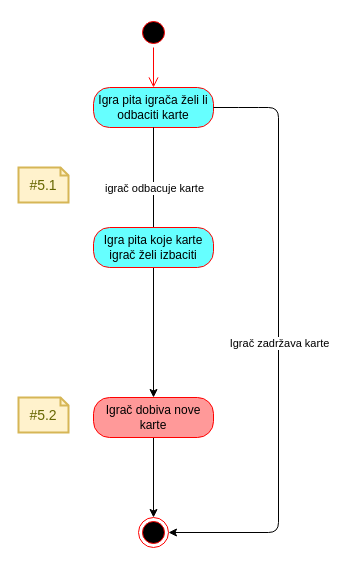
Before: page "aktivnost:odbacivanjeKarata" (7 of 8) of Projekt_Poker_activity.drawio in ewlibi/Poker, a draw.io diagram. Source tidied: cells renumbered, new cells numbered last; positions are measured from the earlier drawing's top-left corner, leaving out a move shared by most shapes. Both pictures are drawn from the tidied source at 100%, with x=0, y=0 at pixel (18, 17).
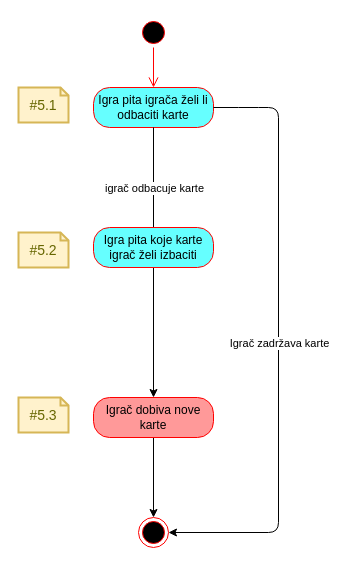
The same diagram, later.

Diff of the diagram source:
```diff
@@
     <mxCell id="14" value="#5.1" style="shape=note;strokeWidth=2;fontSize=14;size=8;whiteSpace=wrap;html=1;fillColor=#fff2cc;strokeColor=#d6b656;fontColor=#666600;" parent="1" vertex="1">
-      <mxGeometry y="150" width="50" height="35" as="geometry" />
+      <mxGeometry y="70" width="50" height="35" as="geometry" />
     </mxCell>
-    <mxCell id="15" value="#5.2" style="shape=note;strokeWidth=2;fontSize=14;size=8;whiteSpace=wrap;html=1;fillColor=#fff2cc;strokeColor=#d6b656;fontColor=#666600;" parent="1" vertex="1">
+    <mxCell id="15" value="#5.3" style="shape=note;strokeWidth=2;fontSize=14;size=8;whiteSpace=wrap;html=1;fillColor=#fff2cc;strokeColor=#d6b656;fontColor=#666600;" parent="1" vertex="1">
       <mxGeometry y="380" width="50" height="35" as="geometry" />
     </mxCell>
+    <mxCell id="16" value="#5.2" style="shape=note;strokeWidth=2;fontSize=14;size=8;whiteSpace=wrap;html=1;fillColor=#fff2cc;strokeColor=#d6b656;fontColor=#666600;" parent="1" vertex="1">
+      <mxGeometry y="215" width="50" height="35" as="geometry" />
+    </mxCell>
```
